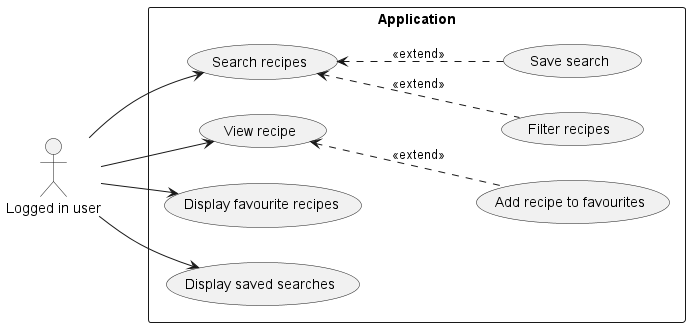
Before: media/LoggedInUserUseCases.png, a diagram exported from PlantUML (kambed/FoodzillaArchitecture).
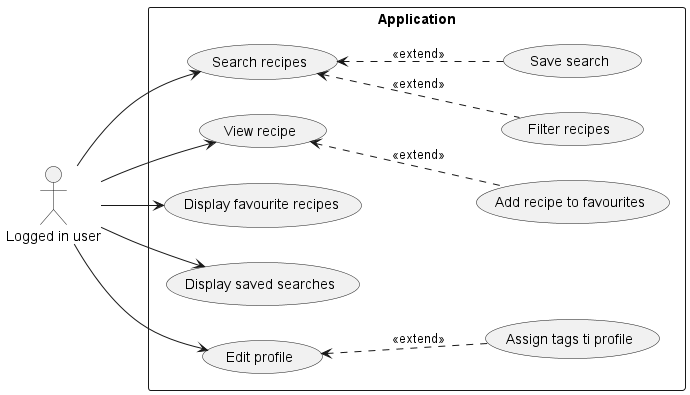
Above is the later version.

Commit message:
#3 Add assigning tags functionality

The edit, as a diff of the source:
```diff
@@ -14,13 +14,19 @@
     usecase "Display saved searches" as savedSearches
     usecase "Save search" as saveSearch
 
+    usecase "Edit profile" as editProfile
+    usecase "Assign tags ti profile" as assignTags
+
     search <.. filter: <<extend>>
     view <.. addFavourite: <<extend>>
     search <.. saveSearch: <<extend>>
+
+    editProfile <.. assignTags: <<extend>>
 }
 
 loggedUser --> search
 loggedUser --> view
 loggedUser --> favourite
 loggedUser --> savedSearches
+loggedUser --> editProfile
 @enduml
```
